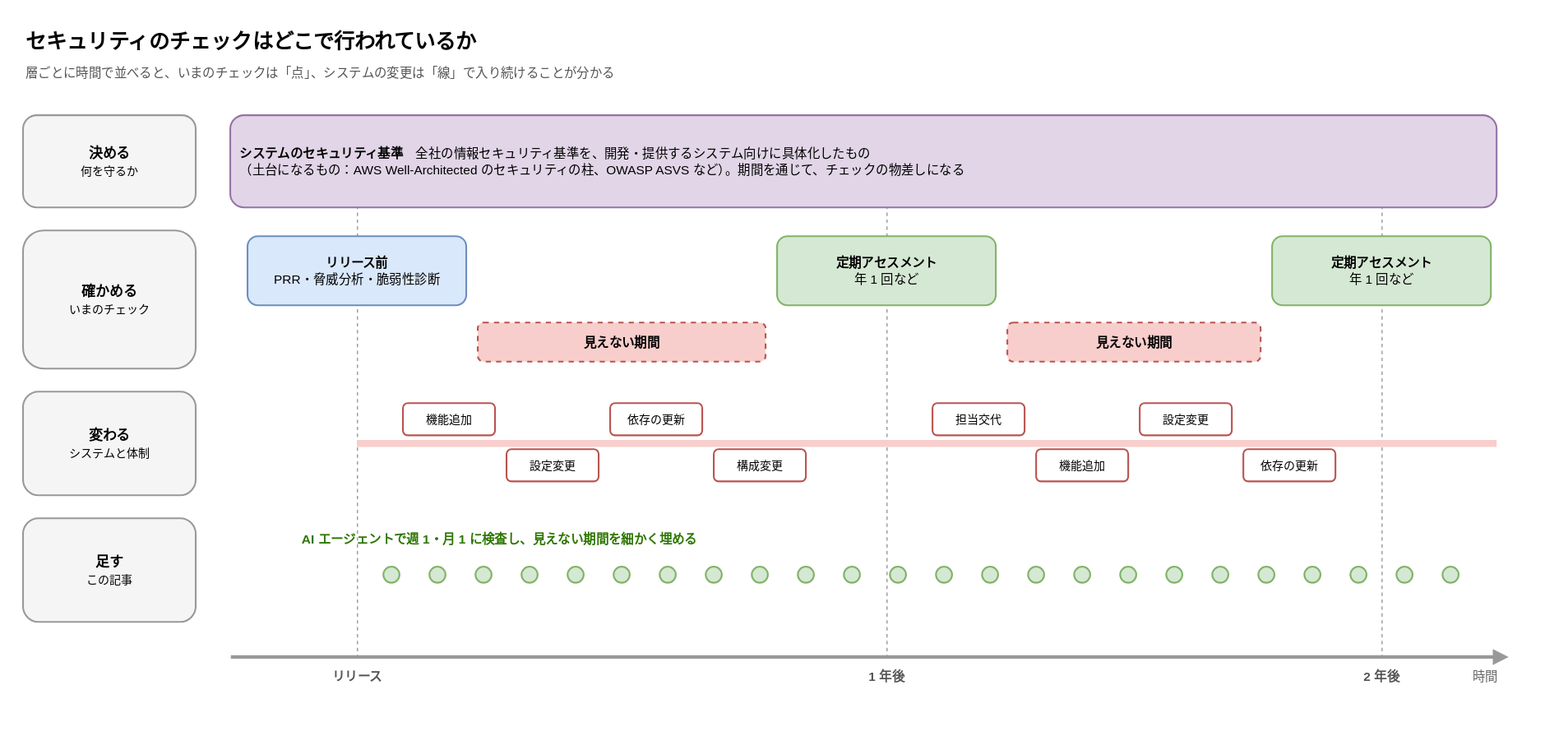
This is images/continuous-security-assessment-ai-agent/assessment-gates.drawio.svg from anfangd/zenn-content, a draw.io export, as it was before one commit. Source tidied: cells renumbered, new cells last; positions are measured from the earlier drawing's top-left corner, leaving out a move shared by most shapes. The source it was exported from:
```xml
<mxGraphModel>
  <root>
    <mxCell id="0" />
    <mxCell id="1" parent="0" />
    <mxCell id="2" value="セキュリティのチェックはどこで行われているか" style="text;html=1;align=left;verticalAlign=middle;fontSize=18;fontStyle=1;" parent="1" vertex="1">
      <mxGeometry width="1300" height="32" as="geometry" />
    </mxCell>
    <mxCell id="3" value="層ごとに時間で並べると、いまのチェックは「点」、システムの変更は「線」で入り続けることが分かる" style="text;html=1;align=left;verticalAlign=middle;fontSize=11;fontColor=#555555;" parent="1" vertex="1">
      <mxGeometry y="32" width="1300" height="22" as="geometry" />
    </mxCell>
    <mxCell id="4" style="edgeStyle=none;html=1;endArrow=block;endFill=1;strokeWidth=2;strokeColor=#999999;fontSize=10;labelBackgroundColor=#FFFFFF;fontColor=#666666;endArrow=none;dashed=1;strokeWidth=1;" parent="1" edge="1">
      <mxGeometry relative="1" as="geometry">
        <mxPoint x="290" y="80" as="sourcePoint" />
        <mxPoint x="290" y="550" as="targetPoint" />
      </mxGeometry>
    </mxCell>
    <mxCell id="5" style="edgeStyle=none;html=1;endArrow=block;endFill=1;strokeWidth=2;strokeColor=#999999;fontSize=10;labelBackgroundColor=#FFFFFF;fontColor=#666666;endArrow=none;dashed=1;strokeWidth=1;" parent="1" edge="1">
      <mxGeometry relative="1" as="geometry">
        <mxPoint x="750" y="80" as="sourcePoint" />
        <mxPoint x="750" y="550" as="targetPoint" />
      </mxGeometry>
    </mxCell>
    <mxCell id="6" style="edgeStyle=none;html=1;endArrow=block;endFill=1;strokeWidth=2;strokeColor=#999999;fontSize=10;labelBackgroundColor=#FFFFFF;fontColor=#666666;endArrow=none;dashed=1;strokeWidth=1;" parent="1" edge="1">
      <mxGeometry relative="1" as="geometry">
        <mxPoint x="1180" y="80" as="sourcePoint" />
        <mxPoint x="1180" y="550" as="targetPoint" />
      </mxGeometry>
    </mxCell>
    <mxCell id="7" value="&lt;b&gt;決める&lt;/b&gt;&lt;br&gt;&lt;font style='font-size:10px'&gt;何を守るか&lt;/font&gt;" style="rounded=1;whiteSpace=wrap;html=1;fillColor=#F5F5F5;strokeColor=#999999;fontSize=12;fontStyle=0;align=center;verticalAlign=middle;spacing=8;strokeWidth=1.5;" parent="1" vertex="1">
      <mxGeometry y="80" width="150" height="80" as="geometry" />
    </mxCell>
    <mxCell id="8" value="&lt;b&gt;確かめる&lt;/b&gt;&lt;br&gt;&lt;font style='font-size:10px'&gt;いまのチェック&lt;/font&gt;" style="rounded=1;whiteSpace=wrap;html=1;fillColor=#F5F5F5;strokeColor=#999999;fontSize=12;fontStyle=0;align=center;verticalAlign=middle;spacing=8;strokeWidth=1.5;" parent="1" vertex="1">
      <mxGeometry y="180" width="150" height="120" as="geometry" />
    </mxCell>
    <mxCell id="9" value="&lt;b&gt;変わる&lt;/b&gt;&lt;br&gt;&lt;font style='font-size:10px'&gt;システムと体制&lt;/font&gt;" style="rounded=1;whiteSpace=wrap;html=1;fillColor=#F5F5F5;strokeColor=#999999;fontSize=12;fontStyle=0;align=center;verticalAlign=middle;spacing=8;strokeWidth=1.5;" parent="1" vertex="1">
      <mxGeometry y="320" width="150" height="90" as="geometry" />
    </mxCell>
    <mxCell id="10" value="&lt;b&gt;足す&lt;/b&gt;&lt;br&gt;&lt;font style='font-size:10px'&gt;この記事&lt;/font&gt;" style="rounded=1;whiteSpace=wrap;html=1;fillColor=#F5F5F5;strokeColor=#999999;fontSize=12;fontStyle=0;align=center;verticalAlign=middle;spacing=8;strokeWidth=1.5;" parent="1" vertex="1">
      <mxGeometry y="430" width="150" height="90" as="geometry" />
    </mxCell>
    <mxCell id="11" value="&lt;b&gt;システムのセキュリティ基準&lt;/b&gt;　全社の情報セキュリティ基準を、開発・提供するシステム向けに具体化したもの&lt;br&gt;（土台になるもの：AWS Well-Architected のセキュリティの柱、OWASP ASVS など）。期間を通じて、チェックの物差しになる" style="rounded=1;whiteSpace=wrap;html=1;fillColor=#E1D5E7;strokeColor=#9673A6;fontSize=11;fontStyle=1;align=center;verticalAlign=middle;spacing=8;strokeWidth=1.5;align=left;fontStyle=0;" parent="1" vertex="1">
      <mxGeometry x="180" y="80" width="1100" height="80" as="geometry" />
    </mxCell>
    <mxCell id="12" value="&lt;b&gt;リリース前&lt;/b&gt;&lt;br&gt;PRR・脅威分析・脆弱性診断" style="rounded=1;whiteSpace=wrap;html=1;fillColor=#DAE8FC;strokeColor=#6C8EBF;fontSize=11;fontStyle=1;align=center;verticalAlign=middle;spacing=8;strokeWidth=1.5;fontStyle=0;" parent="1" vertex="1">
      <mxGeometry x="195" y="185" width="190" height="60" as="geometry" />
    </mxCell>
    <mxCell id="13" value="&lt;b&gt;定期アセスメント&lt;/b&gt;&lt;br&gt;年 1 回など" style="rounded=1;whiteSpace=wrap;html=1;fillColor=#D5E8D4;strokeColor=#82B366;fontSize=11;fontStyle=1;align=center;verticalAlign=middle;spacing=8;strokeWidth=1.5;fontStyle=0;" parent="1" vertex="1">
      <mxGeometry x="655" y="185" width="190" height="60" as="geometry" />
    </mxCell>
    <mxCell id="14" value="&lt;b&gt;定期アセスメント&lt;/b&gt;&lt;br&gt;年 1 回など" style="rounded=1;whiteSpace=wrap;html=1;fillColor=#D5E8D4;strokeColor=#82B366;fontSize=11;fontStyle=1;align=center;verticalAlign=middle;spacing=8;strokeWidth=1.5;fontStyle=0;" parent="1" vertex="1">
      <mxGeometry x="1085" y="185" width="190" height="60" as="geometry" />
    </mxCell>
    <mxCell id="15" value="見えない期間" style="rounded=1;whiteSpace=wrap;html=1;fillColor=#F8CECC;strokeColor=#B85450;fontSize=11;fontStyle=1;align=center;verticalAlign=middle;spacing=8;strokeWidth=1.5;dashed=1;" parent="1" vertex="1">
      <mxGeometry x="395" y="260" width="250" height="34" as="geometry" />
    </mxCell>
    <mxCell id="16" value="見えない期間" style="rounded=1;whiteSpace=wrap;html=1;fillColor=#F8CECC;strokeColor=#B85450;fontSize=11;fontStyle=1;align=center;verticalAlign=middle;spacing=8;strokeWidth=1.5;dashed=1;" parent="1" vertex="1">
      <mxGeometry x="855" y="260" width="220" height="34" as="geometry" />
    </mxCell>
    <mxCell id="17" style="edgeStyle=none;html=1;endArrow=none;strokeWidth=6;strokeColor=#F8CECC;" parent="1" edge="1">
      <mxGeometry relative="1" as="geometry">
        <mxPoint x="290" y="365" as="sourcePoint" />
        <mxPoint x="1280" y="365" as="targetPoint" />
      </mxGeometry>
    </mxCell>
    <mxCell id="18" value="機能追加" style="rounded=1;whiteSpace=wrap;html=1;fillColor=#FFFFFF;strokeColor=#B85450;fontSize=10;fontStyle=0;align=center;verticalAlign=middle;spacing=8;strokeWidth=1.5;" parent="1" vertex="1">
      <mxGeometry x="330" y="330" width="80" height="28" as="geometry" />
    </mxCell>
    <mxCell id="19" value="設定変更" style="rounded=1;whiteSpace=wrap;html=1;fillColor=#FFFFFF;strokeColor=#B85450;fontSize=10;fontStyle=0;align=center;verticalAlign=middle;spacing=8;strokeWidth=1.5;" parent="1" vertex="1">
      <mxGeometry x="420" y="370" width="80" height="28" as="geometry" />
    </mxCell>
    <mxCell id="20" value="依存の更新" style="rounded=1;whiteSpace=wrap;html=1;fillColor=#FFFFFF;strokeColor=#B85450;fontSize=10;fontStyle=0;align=center;verticalAlign=middle;spacing=8;strokeWidth=1.5;" parent="1" vertex="1">
      <mxGeometry x="510" y="330" width="80" height="28" as="geometry" />
    </mxCell>
    <mxCell id="21" value="構成変更" style="rounded=1;whiteSpace=wrap;html=1;fillColor=#FFFFFF;strokeColor=#B85450;fontSize=10;fontStyle=0;align=center;verticalAlign=middle;spacing=8;strokeWidth=1.5;" parent="1" vertex="1">
      <mxGeometry x="600" y="370" width="80" height="28" as="geometry" />
    </mxCell>
    <mxCell id="22" value="担当交代" style="rounded=1;whiteSpace=wrap;html=1;fillColor=#FFFFFF;strokeColor=#B85450;fontSize=10;fontStyle=0;align=center;verticalAlign=middle;spacing=8;strokeWidth=1.5;" parent="1" vertex="1">
      <mxGeometry x="790" y="330" width="80" height="28" as="geometry" />
    </mxCell>
    <mxCell id="23" value="機能追加" style="rounded=1;whiteSpace=wrap;html=1;fillColor=#FFFFFF;strokeColor=#B85450;fontSize=10;fontStyle=0;align=center;verticalAlign=middle;spacing=8;strokeWidth=1.5;" parent="1" vertex="1">
      <mxGeometry x="880" y="370" width="80" height="28" as="geometry" />
    </mxCell>
    <mxCell id="24" value="設定変更" style="rounded=1;whiteSpace=wrap;html=1;fillColor=#FFFFFF;strokeColor=#B85450;fontSize=10;fontStyle=0;align=center;verticalAlign=middle;spacing=8;strokeWidth=1.5;" parent="1" vertex="1">
      <mxGeometry x="970" y="330" width="80" height="28" as="geometry" />
    </mxCell>
    <mxCell id="25" value="依存の更新" style="rounded=1;whiteSpace=wrap;html=1;fillColor=#FFFFFF;strokeColor=#B85450;fontSize=10;fontStyle=0;align=center;verticalAlign=middle;spacing=8;strokeWidth=1.5;" parent="1" vertex="1">
      <mxGeometry x="1060" y="370" width="80" height="28" as="geometry" />
    </mxCell>
    <mxCell id="26" value="AI エージェントで週 1・月 1 に検査し、見えない期間を細かく埋める" style="text;html=1;align=left;verticalAlign=top;whiteSpace=wrap;fontSize=11;fontColor=#2D7600;fontStyle=1;" parent="1" vertex="1">
      <mxGeometry x="240" y="435" width="700" height="22" as="geometry" />
    </mxCell>
    <mxCell id="27" style="ellipse;html=1;fillColor=#D5E8D4;strokeColor=#82B366;strokeWidth=1.5;" parent="1" vertex="1">
      <mxGeometry x="313" y="472" width="14" height="14" as="geometry" />
    </mxCell>
    <mxCell id="28" style="ellipse;html=1;fillColor=#D5E8D4;strokeColor=#82B366;strokeWidth=1.5;" parent="1" vertex="1">
      <mxGeometry x="353" y="472" width="14" height="14" as="geometry" />
    </mxCell>
    <mxCell id="29" style="ellipse;html=1;fillColor=#D5E8D4;strokeColor=#82B366;strokeWidth=1.5;" parent="1" vertex="1">
      <mxGeometry x="393" y="472" width="14" height="14" as="geometry" />
    </mxCell>
    <mxCell id="30" style="ellipse;html=1;fillColor=#D5E8D4;strokeColor=#82B366;strokeWidth=1.5;" parent="1" vertex="1">
      <mxGeometry x="433" y="472" width="14" height="14" as="geometry" />
    </mxCell>
    <mxCell id="31" style="ellipse;html=1;fillColor=#D5E8D4;strokeColor=#82B366;strokeWidth=1.5;" parent="1" vertex="1">
      <mxGeometry x="473" y="472" width="14" height="14" as="geometry" />
    </mxCell>
    <mxCell id="32" style="ellipse;html=1;fillColor=#D5E8D4;strokeColor=#82B366;strokeWidth=1.5;" parent="1" vertex="1">
      <mxGeometry x="513" y="472" width="14" height="14" as="geometry" />
    </mxCell>
    <mxCell id="33" style="ellipse;html=1;fillColor=#D5E8D4;strokeColor=#82B366;strokeWidth=1.5;" parent="1" vertex="1">
      <mxGeometry x="553" y="472" width="14" height="14" as="geometry" />
    </mxCell>
    <mxCell id="34" style="ellipse;html=1;fillColor=#D5E8D4;strokeColor=#82B366;strokeWidth=1.5;" parent="1" vertex="1">
      <mxGeometry x="593" y="472" width="14" height="14" as="geometry" />
    </mxCell>
    <mxCell id="35" style="ellipse;html=1;fillColor=#D5E8D4;strokeColor=#82B366;strokeWidth=1.5;" parent="1" vertex="1">
      <mxGeometry x="633" y="472" width="14" height="14" as="geometry" />
    </mxCell>
    <mxCell id="36" style="ellipse;html=1;fillColor=#D5E8D4;strokeColor=#82B366;strokeWidth=1.5;" parent="1" vertex="1">
      <mxGeometry x="673" y="472" width="14" height="14" as="geometry" />
    </mxCell>
    <mxCell id="37" style="ellipse;html=1;fillColor=#D5E8D4;strokeColor=#82B366;strokeWidth=1.5;" parent="1" vertex="1">
      <mxGeometry x="713" y="472" width="14" height="14" as="geometry" />
    </mxCell>
    <mxCell id="38" style="ellipse;html=1;fillColor=#D5E8D4;strokeColor=#82B366;strokeWidth=1.5;" parent="1" vertex="1">
      <mxGeometry x="753" y="472" width="14" height="14" as="geometry" />
    </mxCell>
    <mxCell id="39" style="ellipse;html=1;fillColor=#D5E8D4;strokeColor=#82B366;strokeWidth=1.5;" parent="1" vertex="1">
      <mxGeometry x="793" y="472" width="14" height="14" as="geometry" />
    </mxCell>
    <mxCell id="40" style="ellipse;html=1;fillColor=#D5E8D4;strokeColor=#82B366;strokeWidth=1.5;" parent="1" vertex="1">
      <mxGeometry x="833" y="472" width="14" height="14" as="geometry" />
    </mxCell>
    <mxCell id="41" style="ellipse;html=1;fillColor=#D5E8D4;strokeColor=#82B366;strokeWidth=1.5;" parent="1" vertex="1">
      <mxGeometry x="873" y="472" width="14" height="14" as="geometry" />
    </mxCell>
    <mxCell id="42" style="ellipse;html=1;fillColor=#D5E8D4;strokeColor=#82B366;strokeWidth=1.5;" parent="1" vertex="1">
      <mxGeometry x="913" y="472" width="14" height="14" as="geometry" />
    </mxCell>
    <mxCell id="43" style="ellipse;html=1;fillColor=#D5E8D4;strokeColor=#82B366;strokeWidth=1.5;" parent="1" vertex="1">
      <mxGeometry x="953" y="472" width="14" height="14" as="geometry" />
    </mxCell>
    <mxCell id="44" style="ellipse;html=1;fillColor=#D5E8D4;strokeColor=#82B366;strokeWidth=1.5;" parent="1" vertex="1">
      <mxGeometry x="993" y="472" width="14" height="14" as="geometry" />
    </mxCell>
    <mxCell id="45" style="ellipse;html=1;fillColor=#D5E8D4;strokeColor=#82B366;strokeWidth=1.5;" parent="1" vertex="1">
      <mxGeometry x="1033" y="472" width="14" height="14" as="geometry" />
    </mxCell>
    <mxCell id="46" style="ellipse;html=1;fillColor=#D5E8D4;strokeColor=#82B366;strokeWidth=1.5;" parent="1" vertex="1">
      <mxGeometry x="1073" y="472" width="14" height="14" as="geometry" />
    </mxCell>
    <mxCell id="47" style="ellipse;html=1;fillColor=#D5E8D4;strokeColor=#82B366;strokeWidth=1.5;" parent="1" vertex="1">
      <mxGeometry x="1113" y="472" width="14" height="14" as="geometry" />
    </mxCell>
    <mxCell id="48" style="ellipse;html=1;fillColor=#D5E8D4;strokeColor=#82B366;strokeWidth=1.5;" parent="1" vertex="1">
      <mxGeometry x="1153" y="472" width="14" height="14" as="geometry" />
    </mxCell>
    <mxCell id="49" style="ellipse;html=1;fillColor=#D5E8D4;strokeColor=#82B366;strokeWidth=1.5;" parent="1" vertex="1">
      <mxGeometry x="1193" y="472" width="14" height="14" as="geometry" />
    </mxCell>
    <mxCell id="50" style="ellipse;html=1;fillColor=#D5E8D4;strokeColor=#82B366;strokeWidth=1.5;" parent="1" vertex="1">
      <mxGeometry x="1233" y="472" width="14" height="14" as="geometry" />
    </mxCell>
    <mxCell id="51" style="edgeStyle=none;html=1;endArrow=block;endFill=1;strokeWidth=2;strokeColor=#999999;fontSize=10;labelBackgroundColor=#FFFFFF;fontColor=#666666;strokeWidth=3;" parent="1" edge="1">
      <mxGeometry relative="1" as="geometry">
        <mxPoint x="180" y="550" as="sourcePoint" />
        <mxPoint x="1290" y="550" as="targetPoint" />
      </mxGeometry>
    </mxCell>
    <mxCell id="52" value="リリース" style="text;html=1;align=center;verticalAlign=middle;whiteSpace=wrap;fontSize=11;fontStyle=1;fontColor=#555555;" parent="1" vertex="1">
      <mxGeometry x="240" y="556" width="100" height="22" as="geometry" />
    </mxCell>
    <mxCell id="53" value="1 年後" style="text;html=1;align=center;verticalAlign=middle;whiteSpace=wrap;fontSize=11;fontStyle=1;fontColor=#555555;" parent="1" vertex="1">
      <mxGeometry x="700" y="556" width="100" height="22" as="geometry" />
    </mxCell>
    <mxCell id="54" value="2 年後" style="text;html=1;align=center;verticalAlign=middle;whiteSpace=wrap;fontSize=11;fontStyle=1;fontColor=#555555;" parent="1" vertex="1">
      <mxGeometry x="1130" y="556" width="100" height="22" as="geometry" />
    </mxCell>
    <mxCell id="55" value="時間" style="text;html=1;align=center;verticalAlign=middle;whiteSpace=wrap;fontSize=11;fontColor=#666666;" parent="1" vertex="1">
      <mxGeometry x="1240" y="556" width="60" height="22" as="geometry" />
    </mxCell>
  </root>
</mxGraphModel>
```
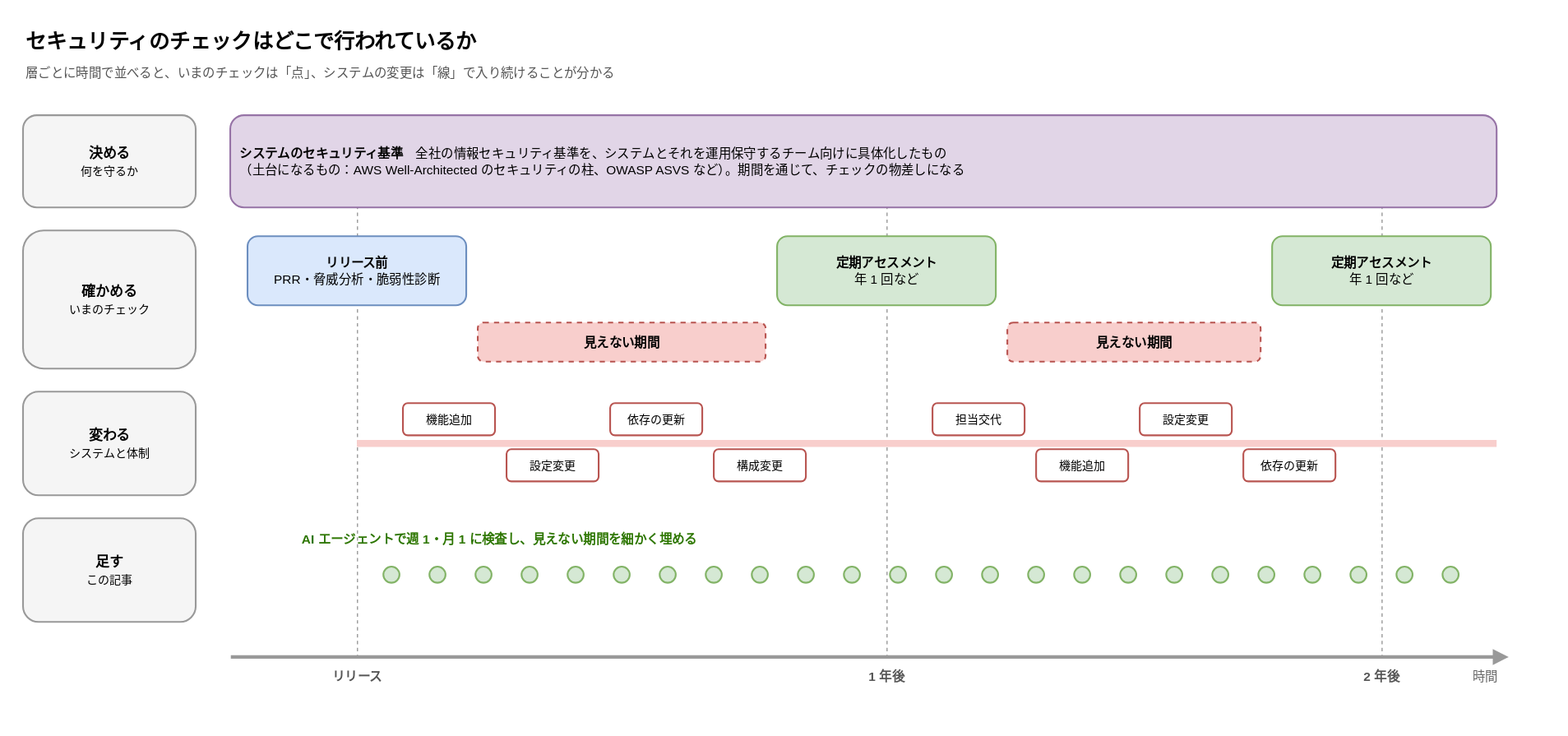
Above is the later version.

Commit message:
docs: ✏️ broaden assessment scope to operations teams

Change to the diagram source:
```diff
@@ -38,7 +38,7 @@
     <mxCell id="10" value="&lt;b&gt;足す&lt;/b&gt;&lt;br&gt;&lt;font style='font-size:10px'&gt;この記事&lt;/font&gt;" style="rounded=1;whiteSpace=wrap;html=1;fillColor=#F5F5F5;strokeColor=#999999;fontSize=12;fontStyle=0;align=center;verticalAlign=middle;spacing=8;strokeWidth=1.5;" parent="1" vertex="1">
       <mxGeometry y="430" width="150" height="90" as="geometry" />
     </mxCell>
-    <mxCell id="11" value="&lt;b&gt;システムのセキュリティ基準&lt;/b&gt;　全社の情報セキュリティ基準を、開発・提供するシステム向けに具体化したもの&lt;br&gt;（土台になるもの：AWS Well-Architected のセキュリティの柱、OWASP ASVS など）。期間を通じて、チェックの物差しになる" style="rounded=1;whiteSpace=wrap;html=1;fillColor=#E1D5E7;strokeColor=#9673A6;fontSize=11;fontStyle=1;align=center;verticalAlign=middle;spacing=8;strokeWidth=1.5;align=left;fontStyle=0;" parent="1" vertex="1">
+    <mxCell id="11" value="&lt;b&gt;システムのセキュリティ基準&lt;/b&gt;　全社の情報セキュリティ基準を、システムとそれを運用保守するチーム向けに具体化したもの&lt;br&gt;（土台になるもの：AWS Well-Architected のセキュリティの柱、OWASP ASVS など）。期間を通じて、チェックの物差しになる" style="rounded=1;whiteSpace=wrap;html=1;fillColor=#E1D5E7;strokeColor=#9673A6;fontSize=11;fontStyle=1;align=center;verticalAlign=middle;spacing=8;strokeWidth=1.5;align=left;fontStyle=0;" parent="1" vertex="1">
       <mxGeometry x="180" y="80" width="1100" height="80" as="geometry" />
     </mxCell>
     <mxCell id="12" value="&lt;b&gt;リリース前&lt;/b&gt;&lt;br&gt;PRR・脅威分析・脆弱性診断" style="rounded=1;whiteSpace=wrap;html=1;fillColor=#DAE8FC;strokeColor=#6C8EBF;fontSize=11;fontStyle=1;align=center;verticalAlign=middle;spacing=8;strokeWidth=1.5;fontStyle=0;" parent="1" vertex="1">
```
